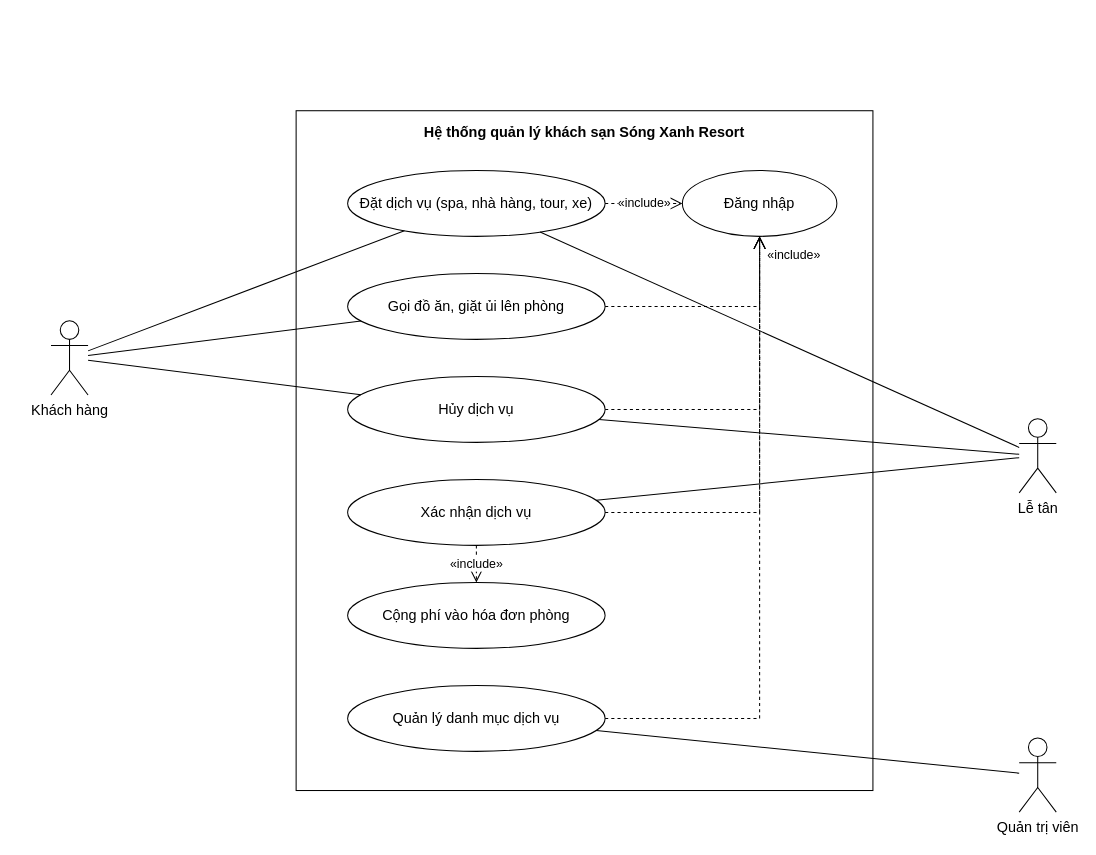
ngynquchn2511/beach-hotel keeps this draw.io diagram as docs/use-case/ucn2-dich-vu.drawio. Above is the earlier version. Source tidied: cells renumbered, new cells numbered last; positions are measured from the earlier drawing's top-left corner, leaving out a move shared by most shapes. Both pictures are drawn from the tidied source at 103%, with x=0, y=0 at pixel (50, 110).
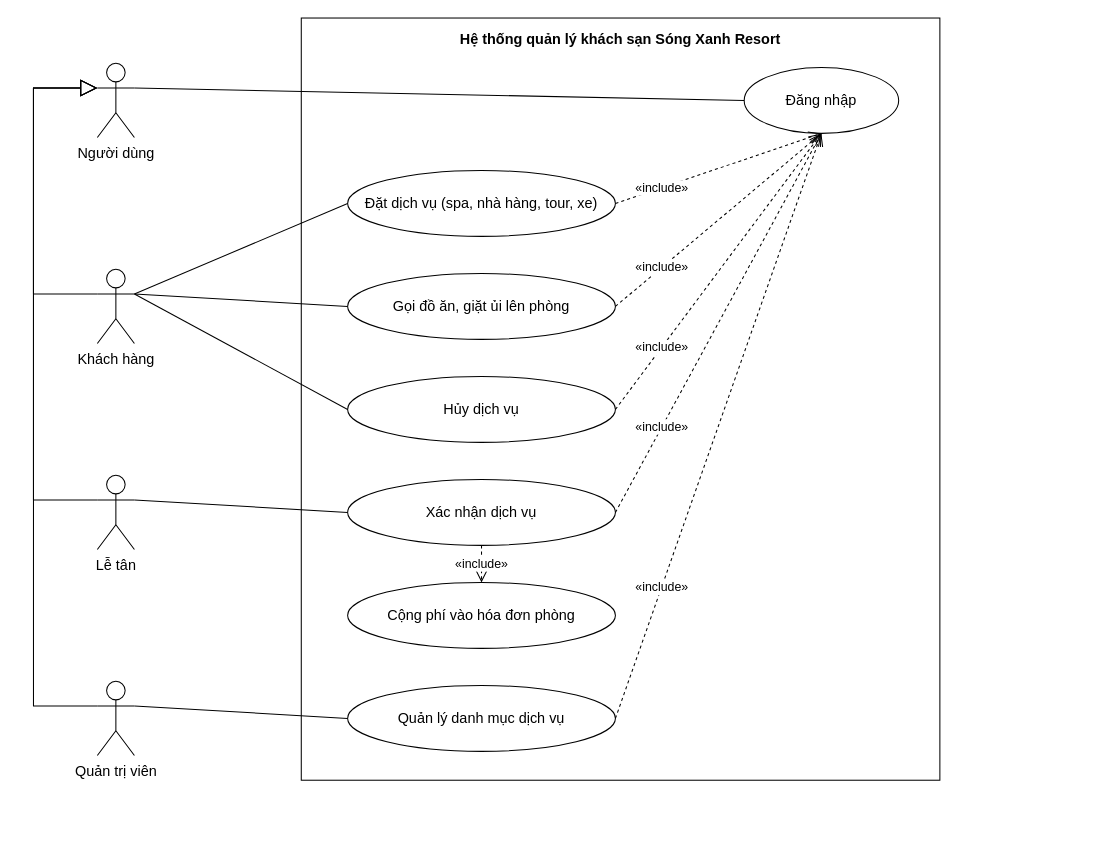
After the change.

Change to the diagram source:
```diff
@@
     <mxCell id="2" value="Hệ thống quản lý khách sạn Sóng Xanh Resort" style="fontFamily=Arial;fontColor=#000000;rounded=0;whiteSpace=wrap;html=1;verticalAlign=top;fontStyle=1;fontSize=14;fillColor=none;strokeColor=#000000;spacingTop=6;" parent="1" vertex="1">
-      <mxGeometry x="238" width="560" height="660" as="geometry" />
+      <mxGeometry x="243" y="-90" width="620" height="740" as="geometry" />
     </mxCell>
     <mxCell id="3" value="Đặt dịch vụ (spa, nhà hàng, tour, xe)" style="fontFamily=Arial;fontColor=#000000;ellipse;whiteSpace=wrap;html=1;fillColor=#FFFFFF;strokeColor=#000000;fontSize=14;" parent="1" vertex="1">
-      <mxGeometry x="288" y="58" width="250" height="64" as="geometry" />
+      <mxGeometry x="288" y="58" width="260" height="64" as="geometry" />
     </mxCell>
     <mxCell id="4" value="Gọi đồ ăn, giặt ủi lên phòng" style="fontFamily=Arial;fontColor=#000000;ellipse;whiteSpace=wrap;html=1;fillColor=#FFFFFF;strokeColor=#000000;fontSize=14;" parent="1" vertex="1">
-      <mxGeometry x="288" y="158" width="250" height="64" as="geometry" />
+      <mxGeometry x="288" y="158" width="260" height="64" as="geometry" />
     </mxCell>
     <mxCell id="5" value="Hủy dịch vụ" style="fontFamily=Arial;fontColor=#000000;ellipse;whiteSpace=wrap;html=1;fillColor=#FFFFFF;strokeColor=#000000;fontSize=14;" parent="1" vertex="1">
-      <mxGeometry x="288" y="258" width="250" height="64" as="geometry" />
+      <mxGeometry x="288" y="258" width="260" height="64" as="geometry" />
     </mxCell>
     <mxCell id="6" value="Xác nhận dịch vụ" style="fontFamily=Arial;fontColor=#000000;ellipse;whiteSpace=wrap;html=1;fillColor=#FFFFFF;strokeColor=#000000;fontSize=14;" parent="1" vertex="1">
-      <mxGeometry x="288" y="358" width="250" height="64" as="geometry" />
+      <mxGeometry x="288" y="358" width="260" height="64" as="geometry" />
     </mxCell>
     <mxCell id="7" value="Cộng phí vào hóa đơn phòng" style="fontFamily=Arial;fontColor=#000000;ellipse;whiteSpace=wrap;html=1;fillColor=#FFFFFF;strokeColor=#000000;fontSize=14;" parent="1" vertex="1">
-      <mxGeometry x="288" y="458" width="250" height="64" as="geometry" />
+      <mxGeometry x="288" y="458" width="260" height="64" as="geometry" />
     </mxCell>
     <mxCell id="8" value="Quản lý danh mục dịch vụ" style="fontFamily=Arial;fontColor=#000000;ellipse;whiteSpace=wrap;html=1;fillColor=#FFFFFF;strokeColor=#000000;fontSize=14;" parent="1" vertex="1">
-      <mxGeometry x="288" y="558" width="250" height="64" as="geometry" />
+      <mxGeometry x="288" y="558" width="260" height="64" as="geometry" />
     </mxCell>
     <mxCell id="9" value="Đăng nhập" style="fontFamily=Arial;fontColor=#000000;ellipse;whiteSpace=wrap;html=1;fillColor=#FFFFFF;strokeColor=#000000;fontSize=14;" parent="1" vertex="1">
-      <mxGeometry x="613" y="58" width="150" height="64" as="geometry" />
+      <mxGeometry x="673" y="-42" width="150" height="64" as="geometry" />
     </mxCell>
-    <mxCell id="10" value="«include»" style="fontFamily=Arial;fontColor=#000000;endArrow=open;endSize=10;dashed=1;html=1;strokeColor=#000000;rounded=0;fontSize=12;labelBackgroundColor=#FFFFFF;exitX=1;exitY=0.5;exitDx=0;exitDy=0;exitPerimeter=0;entryX=0;entryY=0.5;entryDx=0;entryDy=0;entryPerimeter=0;" parent="1" edge="1" source="3" target="9">
-      <mxGeometry relative="1" as="geometry" />
-    </mxCell>
+    <mxCell id="27" value="Người dùng" style="fontFamily=Arial;fontColor=#000000;shape=umlActor;verticalLabelPosition=bottom;verticalAlign=top;html=1;outlineConnect=0;fillColor=#FFFFFF;strokeColor=#000000;fontSize=14;" parent="1" vertex="1">
+      <mxGeometry x="45" y="-46" width="36" height="72" as="geometry" />
+    </mxCell>
-    <mxCell id="11" style="fontFamily=Arial;fontColor=#000000;endArrow=open;endSize=10;dashed=1;html=1;strokeColor=#000000;rounded=0;fontSize=12;labelBackgroundColor=#FFFFFF;exitX=1;exitY=0.5;exitDx=0;exitDy=0;exitPerimeter=0;entryX=0.5;entryY=1;entryDx=0;entryDy=0;entryPerimeter=0;" parent="1" edge="1" source="4" target="9">
-      <mxGeometry relative="1" as="geometry">
-        <Array as="points">
-          <mxPoint x="688" y="190" />
-        </Array>
-      </mxGeometry>
+    <mxCell id="11" style="fontFamily=Arial;fontColor=#000000;endArrow=none;html=1;strokeColor=#000000;rounded=0;exitX=1;exitY=0.333;exitDx=0;exitDy=0;exitPerimeter=0;entryX=0;entryY=0.5;entryDx=0;entryDy=0;entryPerimeter=0;" parent="1" edge="1" source="27" target="9">
+      <mxGeometry relative="1" as="geometry" />
     </mxCell>
-    <mxCell id="12" style="fontFamily=Arial;fontColor=#000000;endArrow=open;endSize=10;dashed=1;html=1;strokeColor=#000000;rounded=0;fontSize=12;labelBackgroundColor=#FFFFFF;exitX=1;exitY=0.5;exitDx=0;exitDy=0;exitPerimeter=0;entryX=0.5;entryY=1;entryDx=0;entryDy=0;entryPerimeter=0;" parent="1" edge="1" source="5" target="9">
-      <mxGeometry relative="1" as="geometry">
-        <Array as="points">
-          <mxPoint x="688" y="290" />
-        </Array>
-      </mxGeometry>
-    </mxCell>
-    <mxCell id="13" style="fontFamily=Arial;fontColor=#000000;endArrow=open;endSize=10;dashed=1;html=1;strokeColor=#000000;rounded=0;fontSize=12;labelBackgroundColor=#FFFFFF;exitX=1;exitY=0.5;exitDx=0;exitDy=0;exitPerimeter=0;entryX=0.5;entryY=1;entryDx=0;entryDy=0;entryPerimeter=0;" parent="1" edge="1" source="6" target="9">
-      <mxGeometry relative="1" as="geometry">
-        <Array as="points">
-          <mxPoint x="688" y="390" />
-        </Array>
-      </mxGeometry>
-    </mxCell>
-    <mxCell id="14" style="fontFamily=Arial;fontColor=#000000;endArrow=open;endSize=10;dashed=1;html=1;strokeColor=#000000;rounded=0;fontSize=12;labelBackgroundColor=#FFFFFF;exitX=1;exitY=0.5;exitDx=0;exitDy=0;exitPerimeter=0;entryX=0.5;entryY=1;entryDx=0;entryDy=0;entryPerimeter=0;" parent="1" edge="1" source="8" target="9">
-      <mxGeometry relative="1" as="geometry">
-        <Array as="points">
-          <mxPoint x="688" y="590" />
-        </Array>
-      </mxGeometry>
-    </mxCell>
-    <mxCell id="15" value="«include»" style="fontFamily=Arial;fontColor=#000000;text;html=1;align=left;verticalAlign=middle;fontSize=12;strokeColor=none;fillColor=none;" parent="1" vertex="1">
-      <mxGeometry x="694" y="130" width="80" height="20" as="geometry" />
-    </mxCell>
     <mxCell id="16" value="Khách hàng" style="fontFamily=Arial;fontColor=#000000;shape=umlActor;verticalLabelPosition=bottom;verticalAlign=top;html=1;outlineConnect=0;fillColor=#FFFFFF;strokeColor=#000000;fontSize=14;" parent="1" vertex="1">
-      <mxGeometry y="204" width="36" height="72" as="geometry" />
+      <mxGeometry x="45" y="154" width="36" height="72" as="geometry" />
     </mxCell>
     <mxCell id="17" value="Lễ tân" style="fontFamily=Arial;fontColor=#000000;shape=umlActor;verticalLabelPosition=bottom;verticalAlign=top;html=1;outlineConnect=0;fillColor=#FFFFFF;strokeColor=#000000;fontSize=14;" parent="1" vertex="1">
-      <mxGeometry x="940" y="299" width="36" height="72" as="geometry" />
+      <mxGeometry x="45" y="354" width="36" height="72" as="geometry" />
     </mxCell>
     <mxCell id="18" value="Quản trị viên" style="fontFamily=Arial;fontColor=#000000;shape=umlActor;verticalLabelPosition=bottom;verticalAlign=top;html=1;outlineConnect=0;fillColor=#FFFFFF;strokeColor=#000000;fontSize=14;" parent="1" vertex="1">
-      <mxGeometry x="940" y="609" width="36" height="72" as="geometry" />
+      <mxGeometry x="45" y="554" width="36" height="72" as="geometry" />
     </mxCell>
+    <mxCell id="28" style="fontFamily=Arial;fontColor=#000000;endArrow=none;html=1;strokeColor=#000000;rounded=0;exitX=1;exitY=0.333;exitDx=0;exitDy=0;exitPerimeter=0;entryX=0;entryY=0.5;entryDx=0;entryDy=0;entryPerimeter=0;" parent="1" edge="1" source="16" target="3">
+      <mxGeometry relative="1" as="geometry" />
+    </mxCell>
+    <mxCell id="29" style="fontFamily=Arial;fontColor=#000000;endArrow=none;html=1;strokeColor=#000000;rounded=0;exitX=1;exitY=0.333;exitDx=0;exitDy=0;exitPerimeter=0;entryX=0;entryY=0.5;entryDx=0;entryDy=0;entryPerimeter=0;" parent="1" edge="1" source="16" target="4">
+      <mxGeometry relative="1" as="geometry" />
+    </mxCell>
+    <mxCell id="30" style="fontFamily=Arial;fontColor=#000000;endArrow=none;html=1;strokeColor=#000000;rounded=0;exitX=1;exitY=0.333;exitDx=0;exitDy=0;exitPerimeter=0;entryX=0;entryY=0.5;entryDx=0;entryDy=0;entryPerimeter=0;" parent="1" edge="1" source="16" target="5">
+      <mxGeometry relative="1" as="geometry" />
+    </mxCell>
+    <mxCell id="31" style="fontFamily=Arial;fontColor=#000000;endArrow=none;html=1;strokeColor=#000000;rounded=0;exitX=1;exitY=0.333;exitDx=0;exitDy=0;exitPerimeter=0;entryX=0;entryY=0.5;entryDx=0;entryDy=0;entryPerimeter=0;" parent="1" edge="1" source="17" target="6">
+      <mxGeometry relative="1" as="geometry" />
+    </mxCell>
-    <mxCell id="19" style="fontFamily=Arial;fontColor=#000000;endArrow=none;html=1;strokeColor=#000000;rounded=0;" parent="1" edge="1" source="16" target="3">
+    <mxCell id="19" style="fontFamily=Arial;fontColor=#000000;endArrow=none;html=1;strokeColor=#000000;rounded=0;exitX=1;exitY=0.333;exitDx=0;exitDy=0;exitPerimeter=0;entryX=0;entryY=0.5;entryDx=0;entryDy=0;entryPerimeter=0;" parent="1" edge="1" source="18" target="8">
       <mxGeometry relative="1" as="geometry" />
     </mxCell>
-    <mxCell id="20" style="fontFamily=Arial;fontColor=#000000;endArrow=none;html=1;strokeColor=#000000;rounded=0;" parent="1" edge="1" source="16" target="4">
-      <mxGeometry relative="1" as="geometry" />
+    <mxCell id="20" style="fontFamily=Arial;fontColor=#000000;endArrow=block;endSize=14;endFill=0;html=1;strokeColor=#000000;rounded=0;exitX=0;exitY=0.333;exitDx=0;exitDy=0;exitPerimeter=0;entryX=0;entryY=0.333;entryDx=0;entryDy=0;entryPerimeter=0;" parent="1" edge="1" source="16" target="27">
+      <mxGeometry relative="1" as="geometry">
+        <Array as="points">
+          <mxPoint x="-17" y="178" />
+          <mxPoint x="-17" y="-22" />
+        </Array>
+      </mxGeometry>
     </mxCell>
-    <mxCell id="21" style="fontFamily=Arial;fontColor=#000000;endArrow=none;html=1;strokeColor=#000000;rounded=0;" parent="1" edge="1" source="16" target="5">
-      <mxGeometry relative="1" as="geometry" />
+    <mxCell id="21" style="fontFamily=Arial;fontColor=#000000;endArrow=block;endSize=14;endFill=0;html=1;strokeColor=#000000;rounded=0;exitX=0;exitY=0.333;exitDx=0;exitDy=0;exitPerimeter=0;entryX=0;entryY=0.333;entryDx=0;entryDy=0;entryPerimeter=0;" parent="1" edge="1" source="17" target="27">
+      <mxGeometry relative="1" as="geometry">
+        <Array as="points">
+          <mxPoint x="-17" y="378" />
+          <mxPoint x="-17" y="-22" />
+        </Array>
+      </mxGeometry>
     </mxCell>
-    <mxCell id="22" style="fontFamily=Arial;fontColor=#000000;endArrow=none;html=1;strokeColor=#000000;rounded=0;" parent="1" edge="1" source="17" target="3">
-      <mxGeometry relative="1" as="geometry" />
+    <mxCell id="22" style="fontFamily=Arial;fontColor=#000000;endArrow=block;endSize=14;endFill=0;html=1;strokeColor=#000000;rounded=0;exitX=0;exitY=0.333;exitDx=0;exitDy=0;exitPerimeter=0;entryX=0;entryY=0.333;entryDx=0;entryDy=0;entryPerimeter=0;" parent="1" edge="1" source="18" target="27">
+      <mxGeometry relative="1" as="geometry">
+        <Array as="points">
+          <mxPoint x="-17" y="578" />
+          <mxPoint x="-17" y="-22" />
+        </Array>
+      </mxGeometry>
     </mxCell>
-    <mxCell id="23" style="fontFamily=Arial;fontColor=#000000;endArrow=none;html=1;strokeColor=#000000;rounded=0;" parent="1" edge="1" source="17" target="5">
-      <mxGeometry relative="1" as="geometry" />
+    <mxCell id="23" value="«include»" style="fontFamily=Arial;fontColor=#000000;endArrow=open;endSize=10;dashed=1;html=1;strokeColor=#000000;rounded=0;fontSize=12;labelBackgroundColor=#FFFFFF;exitX=1;exitY=0.5;exitDx=0;exitDy=0;exitPerimeter=0;entryX=0.5;entryY=1;entryDx=0;entryDy=0;entryPerimeter=0;" parent="1" edge="1" source="3" target="9">
+      <mxGeometry x="-0.55" relative="1" as="geometry" />
     </mxCell>
-    <mxCell id="24" style="fontFamily=Arial;fontColor=#000000;endArrow=none;html=1;strokeColor=#000000;rounded=0;" parent="1" edge="1" source="17" target="6">
-      <mxGeometry relative="1" as="geometry" />
+    <mxCell id="24" value="«include»" style="fontFamily=Arial;fontColor=#000000;endArrow=open;endSize=10;dashed=1;html=1;strokeColor=#000000;rounded=0;fontSize=12;labelBackgroundColor=#FFFFFF;exitX=1;exitY=0.5;exitDx=0;exitDy=0;exitPerimeter=0;entryX=0.5;entryY=1;entryDx=0;entryDy=0;entryPerimeter=0;" parent="1" edge="1" source="4" target="9">
+      <mxGeometry x="-0.55" relative="1" as="geometry" />
     </mxCell>
-    <mxCell id="25" style="fontFamily=Arial;fontColor=#000000;endArrow=none;html=1;strokeColor=#000000;rounded=0;" parent="1" edge="1" source="18" target="8">
-      <mxGeometry relative="1" as="geometry" />
+    <mxCell id="25" value="«include»" style="fontFamily=Arial;fontColor=#000000;endArrow=open;endSize=10;dashed=1;html=1;strokeColor=#000000;rounded=0;fontSize=12;labelBackgroundColor=#FFFFFF;exitX=1;exitY=0.5;exitDx=0;exitDy=0;exitPerimeter=0;entryX=0.5;entryY=1;entryDx=0;entryDy=0;entryPerimeter=0;" parent="1" edge="1" source="5" target="9">
+      <mxGeometry x="-0.55" relative="1" as="geometry" />
     </mxCell>
-    <mxCell id="26" value="«include»" style="fontFamily=Arial;fontColor=#000000;endArrow=open;endSize=10;dashed=1;html=1;strokeColor=#000000;rounded=0;fontSize=12;labelBackgroundColor=#FFFFFF;exitX=0.5;exitY=1;exitDx=0;exitDy=0;exitPerimeter=0;entryX=0.5;entryY=0;entryDx=0;entryDy=0;entryPerimeter=0;" parent="1" edge="1" source="6" target="7">
-      <mxGeometry relative="1" as="geometry" />
+    <mxCell id="26" value="«include»" style="fontFamily=Arial;fontColor=#000000;endArrow=open;endSize=10;dashed=1;html=1;strokeColor=#000000;rounded=0;fontSize=12;labelBackgroundColor=#FFFFFF;exitX=1;exitY=0.5;exitDx=0;exitDy=0;exitPerimeter=0;entryX=0.5;entryY=1;entryDx=0;entryDy=0;entryPerimeter=0;" parent="1" edge="1" source="6" target="9">
+      <mxGeometry x="-0.55" relative="1" as="geometry" />
     </mxCell>
+    <mxCell id="14" value="«include»" style="fontFamily=Arial;fontColor=#000000;endArrow=open;endSize=10;dashed=1;html=1;strokeColor=#000000;rounded=0;fontSize=12;labelBackgroundColor=#FFFFFF;exitX=1;exitY=0.5;exitDx=0;exitDy=0;exitPerimeter=0;entryX=0.5;entryY=1;entryDx=0;entryDy=0;entryPerimeter=0;" parent="1" edge="1" source="8" target="9">
+      <mxGeometry x="-0.55" relative="1" as="geometry" />
+    </mxCell>
+    <mxCell id="32" value="«include»" style="fontFamily=Arial;fontColor=#000000;endArrow=open;endSize=10;dashed=1;html=1;strokeColor=#000000;rounded=0;fontSize=12;labelBackgroundColor=#FFFFFF;exitX=0.5;exitY=1;exitDx=0;exitDy=0;exitPerimeter=0;entryX=0.5;entryY=0;entryDx=0;entryDy=0;entryPerimeter=0;" parent="1" edge="1" source="6" target="7">
+      <mxGeometry relative="1" as="geometry" />
+    </mxCell>
```
